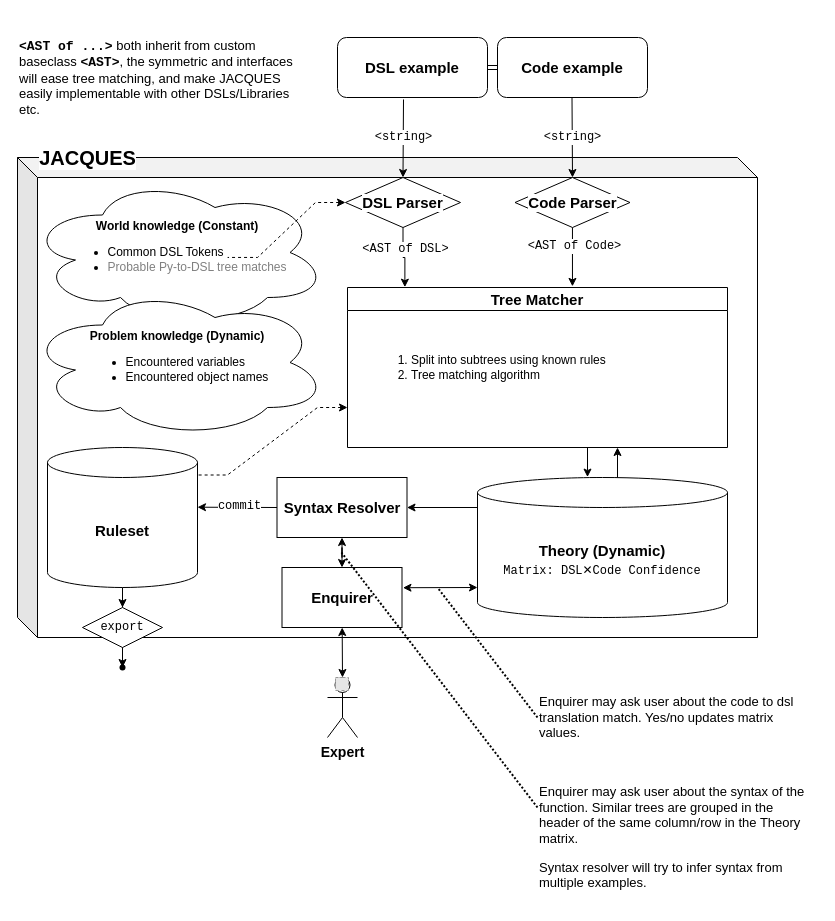
Goshagosha/Jacques keeps this draw.io diagram as documentation/design.drawio. Above is the earlier version. Source tidied: cells renumbered, new cells numbered last; positions are measured from the earlier drawing's top-left corner, leaving out a move shared by most shapes. Both pictures are drawn from the tidied source at 100%, with x=0, y=0 at pixel (17, 17). Pictures stored in the file or linked from it are replaced by grey dashed boxes.
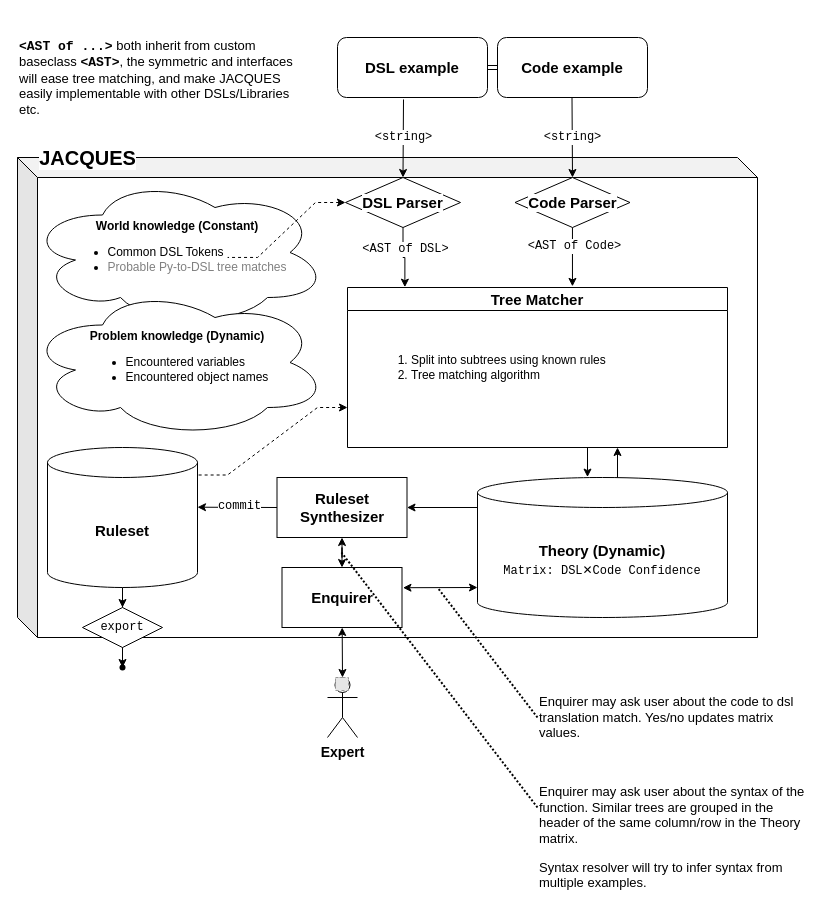
The same page after the edit.

The edit, as a diff of the source:
```diff
@@
-    <mxCell id="39" value="&lt;font style=&quot;font-size: 15px;&quot;&gt;&lt;b&gt;Syntax Resolver&lt;br&gt;&lt;/b&gt;&lt;/font&gt;" style="rounded=0;whiteSpace=wrap;html=1;" parent="1" vertex="1">
+    <mxCell id="39" value="&lt;font style=&quot;font-size: 15px;&quot;&gt;&lt;b&gt;Ruleset Synthesizer&lt;br&gt;&lt;/b&gt;&lt;/font&gt;" style="rounded=0;whiteSpace=wrap;html=1;" parent="1" vertex="1">
       <mxGeometry x="259.5" y="460" width="130" height="60" as="geometry" />
     </mxCell>
```
